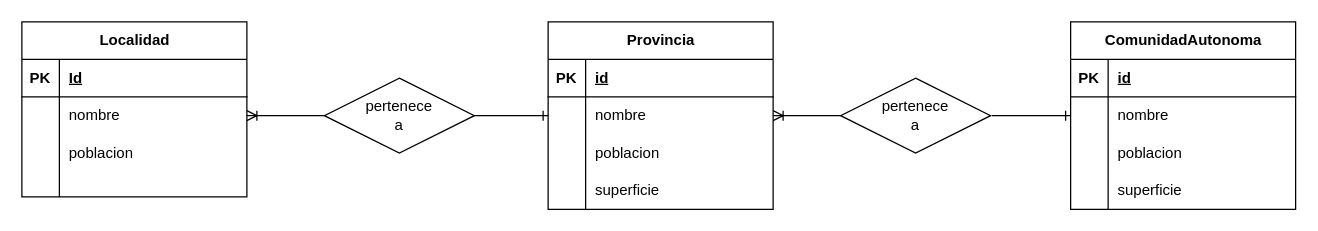
This is Ejercicio3.drawio from Daninuro/diagrames-cvf-dn-mpl-n-11102023, a draw.io file, before an edit. Source tidied: cells renumbered, new cells numbered last; positions are measured from the earlier drawing's top-left corner, leaving out a move shared by most shapes. Both pictures are drawn from the tidied source at 125%, with x=0, y=0 at pixel (21, 21).
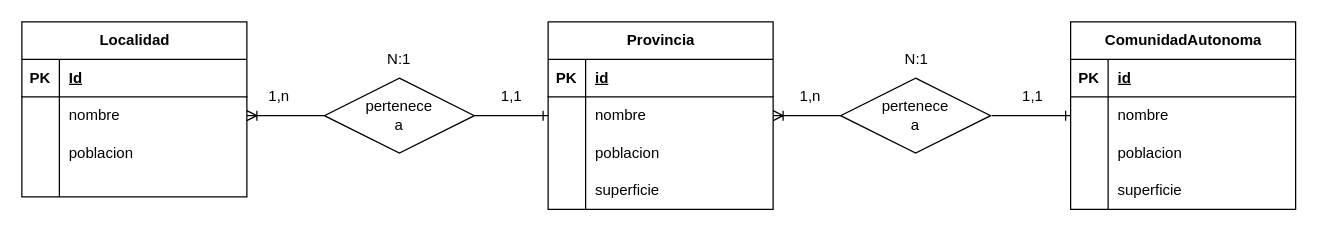
The same page after the edit.

Change to the diagram source:
```diff
@@
+    <mxCell id="47" value="1,1" style="text;html=1;strokeColor=none;fillColor=none;align=center;verticalAlign=middle;whiteSpace=wrap;rounded=0;" parent="1" vertex="1">
+      <mxGeometry x="362" y="45" width="60" height="30" as="geometry" />
+    </mxCell>
+    <mxCell id="48" value="1,n" style="text;html=1;strokeColor=none;fillColor=none;align=center;verticalAlign=middle;whiteSpace=wrap;rounded=0;" parent="1" vertex="1">
+      <mxGeometry x="176" y="45" width="60" height="30" as="geometry" />
+    </mxCell>
+    <mxCell id="49" value="N:1" style="text;html=1;strokeColor=none;fillColor=none;align=center;verticalAlign=middle;whiteSpace=wrap;rounded=0;" parent="1" vertex="1">
+      <mxGeometry x="272" y="15" width="60" height="30" as="geometry" />
+    </mxCell>
+    <mxCell id="50" value="N:1" style="text;html=1;strokeColor=none;fillColor=none;align=center;verticalAlign=middle;whiteSpace=wrap;rounded=0;" parent="1" vertex="1">
+      <mxGeometry x="686" y="15" width="60" height="30" as="geometry" />
+    </mxCell>
+    <mxCell id="51" value="1,1" style="text;html=1;strokeColor=none;fillColor=none;align=center;verticalAlign=middle;whiteSpace=wrap;rounded=0;" parent="1" vertex="1">
+      <mxGeometry x="779" y="45" width="60" height="30" as="geometry" />
+    </mxCell>
+    <mxCell id="52" value="1,n" style="text;html=1;strokeColor=none;fillColor=none;align=center;verticalAlign=middle;whiteSpace=wrap;rounded=0;" parent="1" vertex="1">
+      <mxGeometry x="601" y="45" width="60" height="30" as="geometry" />
+    </mxCell>
```
